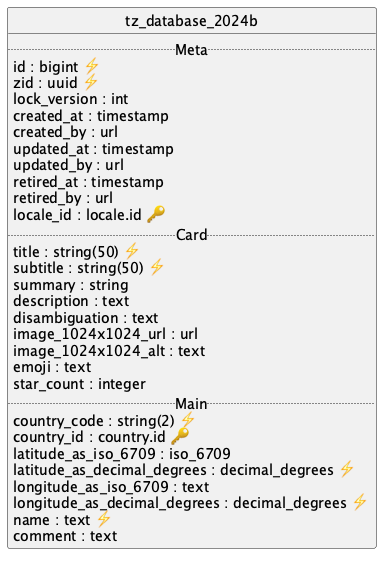
The PlantUML diagram api/tz_database_2024b/uml/uml.png in contactopensource/contactopensource, before a commit. The source it was exported from:
```plantuml
@startuml uml
skinparam monochrome true
skinparam linetype ortho
hide circle

entity tz_database_2024b {
  .. Meta ..
  id : bigint ⚡
  zid : uuid ⚡
  lock_version : int
  created_at : timestamp
  created_by : url
  updated_at : timestamp
  updated_by : url
  retired_at : timestamp
  retired_by : url
  locale_id : locale.id 🔑
  .. Card ..
  title : string(50) ⚡
  subtitle : string(50) ⚡
  summary : string
  description : text
  disambiguation : text
  image_1024x1024_url : url
  image_1024x1024_alt : text
  emoji : text
  star_count : integer
  .. Main ..
  country_code : string(2) ⚡
  country_id : country.id 🔑
  latitude_as_iso_6709 : iso_6709
  latitude_as_decimal_degrees : decimal_degrees ⚡
  longitude_as_iso_6709 : text
  longitude_as_decimal_degrees : decimal_degrees ⚡
  name : text ⚡
  comment : text
}

@enduml
```
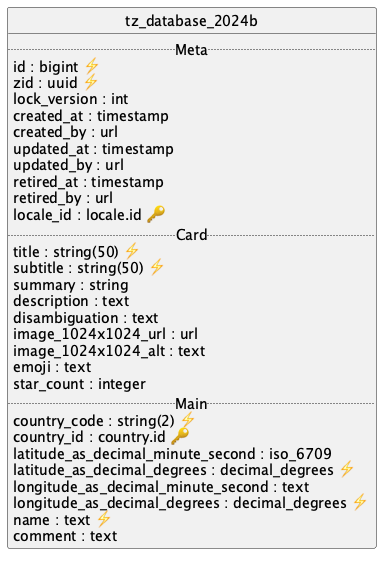
After the change.

What changed in the source:
```diff
@@ -28,9 +28,9 @@
   .. Main ..
   country_code : string(2) ⚡
   country_id : country.id 🔑
-  latitude_as_iso_6709 : iso_6709
+  latitude_as_decimal_minute_second : iso_6709
   latitude_as_decimal_degrees : decimal_degrees ⚡
-  longitude_as_iso_6709 : text
+  longitude_as_decimal_minute_second : text
   longitude_as_decimal_degrees : decimal_degrees ⚡
   name : text ⚡
   comment : text
```
